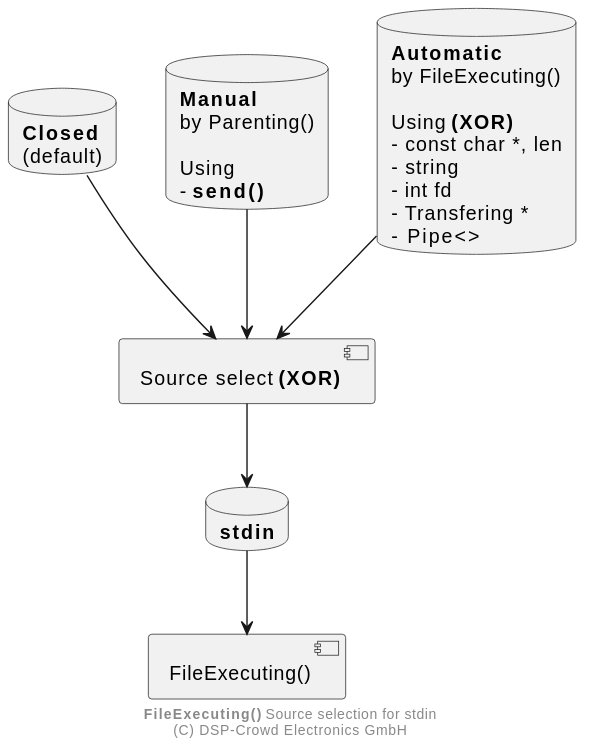
The PlantUML diagram doc/system/FileExecuting/fe-sources.svg in NoOrientationProgramming/ProcessingCommon, before a commit.
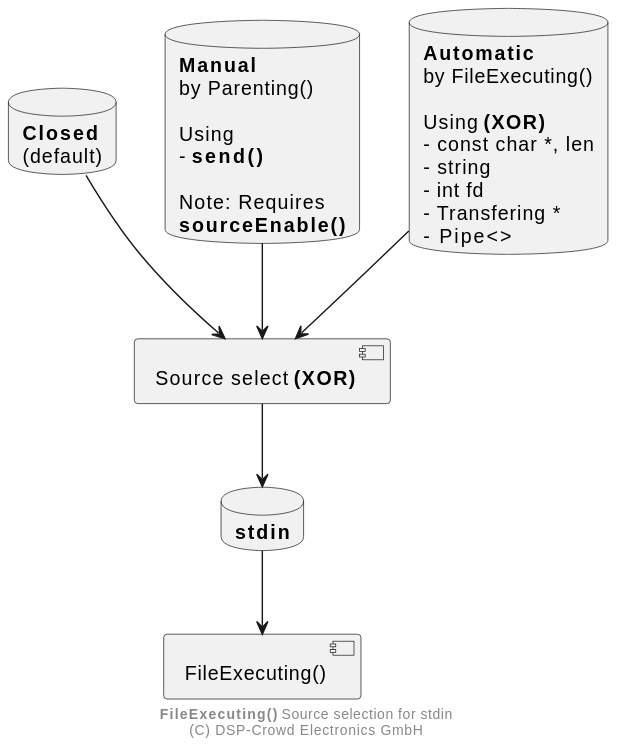
After the commit.

Diff of the diagram source:
```diff
@@ -1,9 +1,8 @@
 @startuml
-
 skinparam backgroundColor #ffffff
 
 database "**Closed**\n(default)" as srcClosed
-database "**Manual**\nby Parenting()\n\nUsing\n- **send()**" as srcManual
+database "**Manual**\nby Parenting()\n\nUsing\n- **send()**\n\nNote: Requires\n**sourceEnable()**" as srcManual
 database "**Automatic**\nby FileExecuting()\n\nUsing **(XOR)**\n- const char *, len\n- string\n- int fd\n- Transfering *\n- Pipe<>" as srcAuto
 component "Source select **(XOR)**" as srcSel
 database "**stdin**" as stdin
@@ -16,5 +15,4 @@
 stdin --> chld
 
 footer **FileExecuting()** Source selection for stdin\n(C) DSP-Crowd Electronics GmbH
-
 @enduml
```
